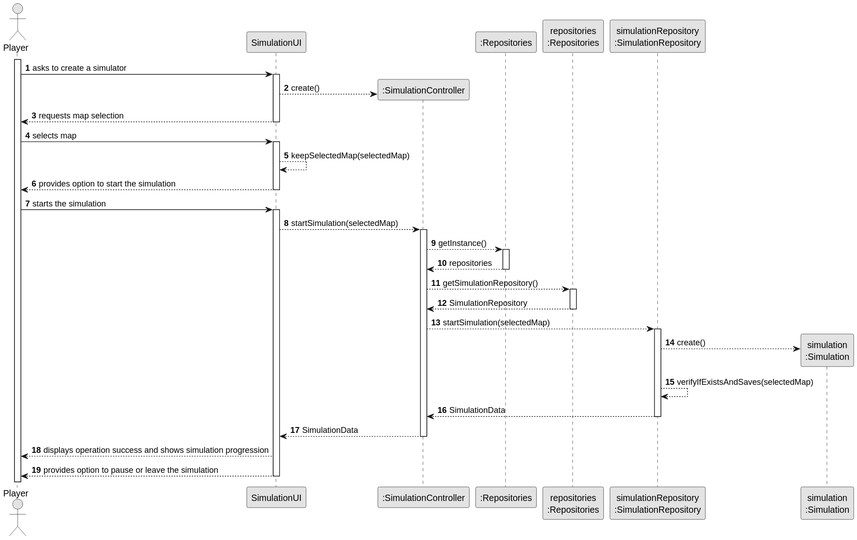
Earlier version of the PlantUML export docs/system-documentation/US012/03.design/svg/US012-SD.svg (goncalolopesp/sem2-pi-24.25-g093-repo). Its diagram source:
```plantuml
@startuml
skinparam monochrome true
skinparam packageStyle rectangle
skinparam shadowing false

autonumber

actor "Player" as Player
participant "SimulationUI" as ATUI

activate Player

Player -> ATUI : asks to create a simulator
activate ATUI

create ":SimulationController" as ATC

participant ":Repositories" as REPO
participant "repositories\n:Repositories" as repo
participant "simulationRepository\n:SimulationRepository" as ATREPO

ATUI --> ATC : create()
ATUI --> Player : requests map selection
deactivate ATUI

Player -> ATUI : selects map
activate ATUI

ATUI --> ATUI : keepSelectedMap(selectedMap)
ATUI --> Player : provides option to start the simulation
deactivate ATUI

Player -> ATUI : starts the simulation
activate ATUI

ATUI --> ATC : startSimulation(selectedMap)
activate ATC

ATC --> REPO : getInstance()
activate REPO

REPO --> ATC : repositories
deactivate REPO

ATC --> repo : getSimulationRepository()
activate repo

repo --> ATC : SimulationRepository
deactivate repo

ATC --> ATREPO : startSimulation(selectedMap)
activate ATREPO

create "simulation\n:Simulation" as AT

ATREPO --> AT : create()
ATREPO --> ATREPO : verifyIfExistsAndSaves(selectedMap)
ATREPO --> ATC : SimulationData
deactivate ATREPO

ATC --> ATUI : SimulationData
deactivate ATC

ATUI --> Player : displays operation success and shows simulation progression
ATUI --> Player : provides option to pause or leave the simulation
deactivate ATUI
@enduml
```
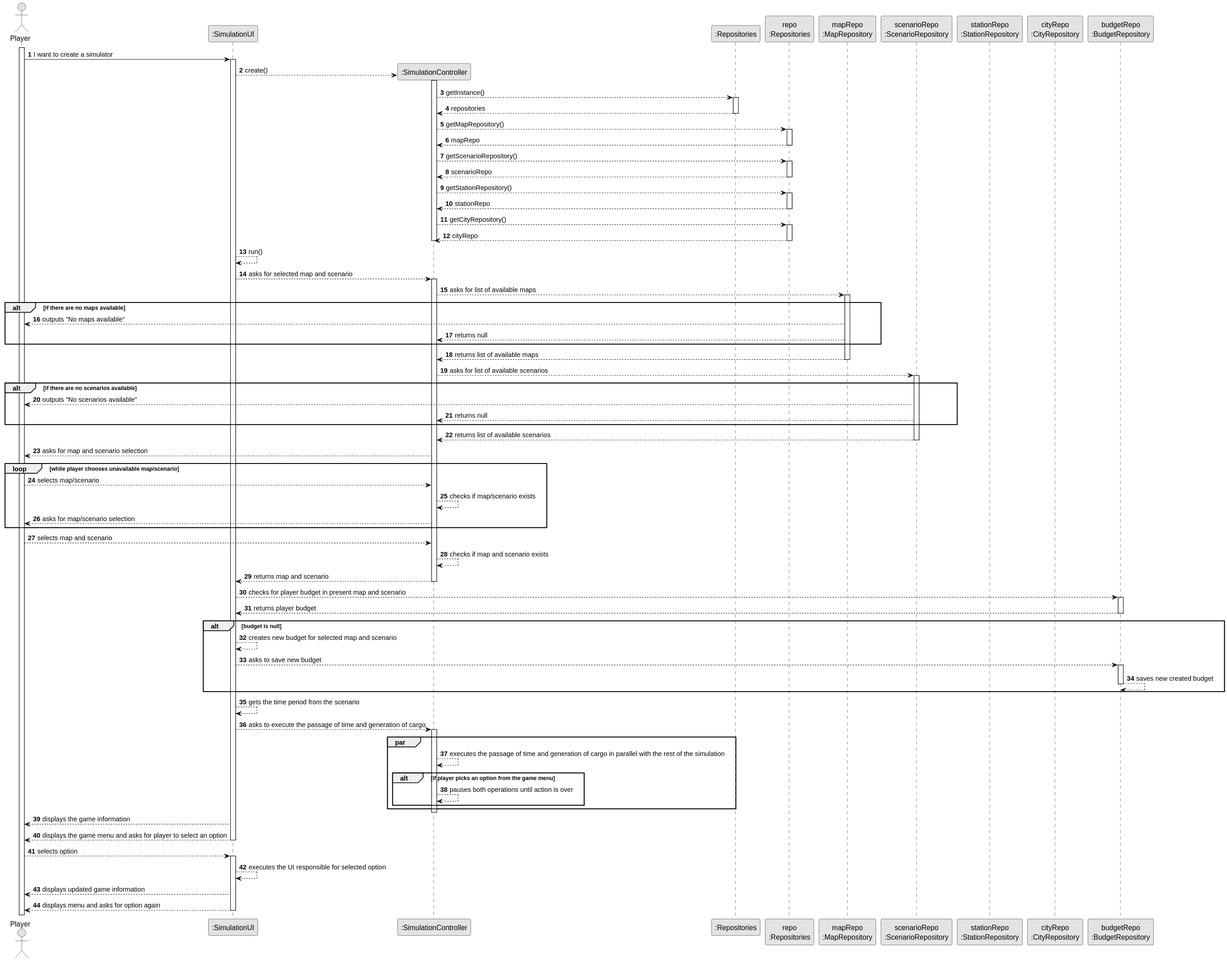
After the commit.

Diff of the diagram source:
```diff
@@ -5,63 +5,135 @@
 
 autonumber
 
-actor "Player" as Player
-participant "SimulationUI" as ATUI
+actor "Player" as player
+activate player
 
-activate Player
+participant ":SimulationUI" as ui
 
-Player -> ATUI : asks to create a simulator
-activate ATUI
+player -> ui : I want to create a simulator
+activate ui
 
-create ":SimulationController" as ATC
+create ":SimulationController" as ctrl
 
-participant ":Repositories" as REPO
-participant "repositories\n:Repositories" as repo
-participant "simulationRepository\n:SimulationRepository" as ATREPO
+ui --> ctrl : create()
+activate ctrl
 
-ATUI --> ATC : create()
-ATUI --> Player : requests map selection
-deactivate ATUI
+participant ":Repositories" as repositories
+participant "repo\n:Repositories" as repo
+participant "mapRepo\n:MapRepository" as mrepo
+participant "scenarioRepo\n:ScenarioRepository" as srepo
+participant "stationRepo\n:StationRepository" as stationrepo
+participant "cityRepo\n:CityRepository" as crepo
+participant "budgetRepo\n:BudgetRepository" as brepo
 
-Player -> ATUI : selects map
-activate ATUI
+ctrl --> repositories : getInstance()
+activate repositories
 
-ATUI --> ATUI : keepSelectedMap(selectedMap)
-ATUI --> Player : provides option to start the simulation
-deactivate ATUI
+repositories --> ctrl : repositories
+deactivate repositories
 
-Player -> ATUI : starts the simulation
-activate ATUI
-
-ATUI --> ATC : startSimulation(selectedMap)
-activate ATC
-
-ATC --> REPO : getInstance()
-activate REPO
-
-REPO --> ATC : repositories
-deactivate REPO
-
-ATC --> repo : getSimulationRepository()
+ctrl --> repo : getMapRepository()
 activate repo
 
-repo --> ATC : SimulationRepository
+repo --> ctrl : mapRepo
 deactivate repo
 
-ATC --> ATREPO : startSimulation(selectedMap)
-activate ATREPO
+ctrl --> repo : getScenarioRepository()
+activate repo
 
-create "simulation\n:Simulation" as AT
+repo --> ctrl : scenarioRepo
+deactivate repo
 
-ATREPO --> AT : create()
-ATREPO --> ATREPO : verifyIfExistsAndSaves(selectedMap)
-ATREPO --> ATC : SimulationData
-deactivate ATREPO
+ctrl --> repo : getStationRepository()
+activate repo
 
-ATC --> ATUI : SimulationData
-deactivate ATC
+repo --> ctrl : stationRepo
+deactivate repo
 
-ATUI --> Player : displays operation success and shows simulation progression
-ATUI --> Player : provides option to pause or leave the simulation
-deactivate ATUI
+ctrl --> repo : getCityRepository()
+activate repo
+
+repo --> ctrl : cityRepo
+deactivate repo
+deactivate ctrl
+
+ui --> ui : run()
+ui --> ctrl : asks for selected map and scenario
+activate ctrl
+
+ctrl --> mrepo : asks for list of available maps
+activate mrepo
+
+alt if there are no maps available
+    mrepo --> player : outputs "No maps available"
+    mrepo --> ctrl : returns null
+end
+
+mrepo --> ctrl : returns list of available maps
+deactivate mrepo
+
+ctrl --> srepo : asks for list of available scenarios
+activate srepo
+
+alt if there are no scenarios available
+    srepo --> player : outputs "No scenarios available"
+    srepo --> ctrl : returns null
+end
+
+srepo --> ctrl : returns list of available scenarios
+deactivate srepo
+
+ctrl --> player : asks for map and scenario selection
+
+loop while player chooses unavailable map/scenario
+    player --> ctrl : selects map/scenario
+    ctrl --> ctrl : checks if map/scenario exists
+    ctrl --> player : asks for map/scenario selection
+end
+
+player --> ctrl : selects map and scenario
+ctrl --> ctrl : checks if map and scenario exists
+ctrl --> ui : returns map and scenario
+deactivate ctrl
+
+ui --> brepo : checks for player budget in present map and scenario
+activate brepo
+
+brepo --> ui : returns player budget
+deactivate brepo
+
+alt budget is null
+    ui --> ui : creates new budget for selected map and scenario
+    ui --> brepo : asks to save new budget
+    activate brepo
+
+    brepo --> brepo : saves new created budget
+    deactivate brepo
+end
+
+ui --> ui : gets the time period from the scenario
+ui --> ctrl : asks to execute the passage of time and generation of cargo
+activate ctrl
+
+par
+    ctrl --> ctrl : executes the passage of time and generation of cargo in parallel with the rest of the simulation
+
+    alt if player picks an option from the game menu
+        ctrl --> ctrl : pauses both operations until action is over
+    end
+end
+
+deactivate ctrl
+
+ui --> player : displays the game information
+ui --> player : displays the game menu and asks for player to select an option
+deactivate ui
+
+player --> ui : selects option
+activate ui
+
+ui --> ui : executes the UI responsible for selected option
+ui --> player : displays updated game information
+ui --> player : displays menu and asks for option again
+deactivate ui
 @enduml
```
